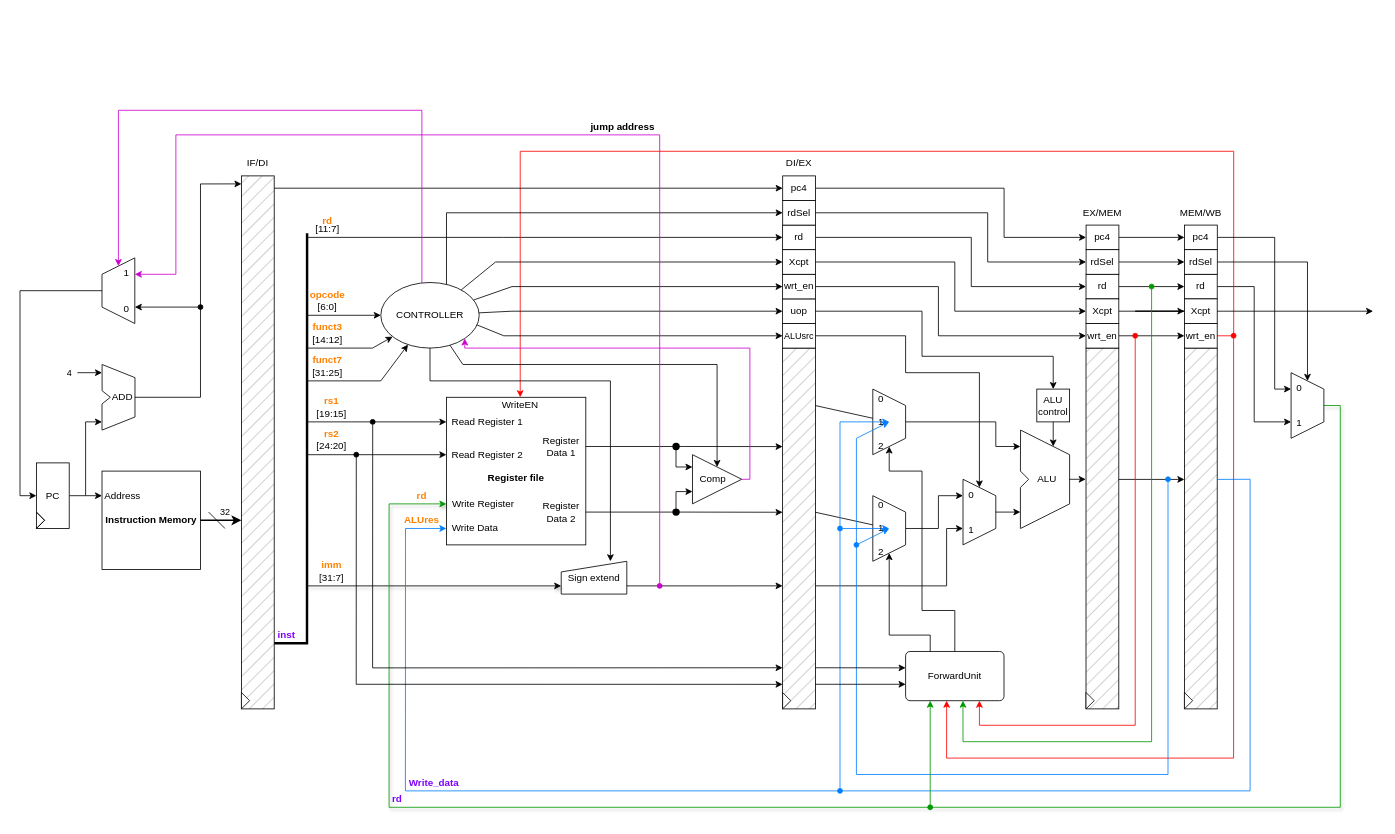
Earlier version of the draw.io diagram Schematic.drawio (christianrptu/ADSProject). Source tidied: cells renumbered, new cells numbered last; positions are measured from the earlier drawing's top-left corner, leaving out a move shared by most shapes. Both pictures are drawn from the tidied source at 82%, with x=0, y=0 at pixel (36, 110).
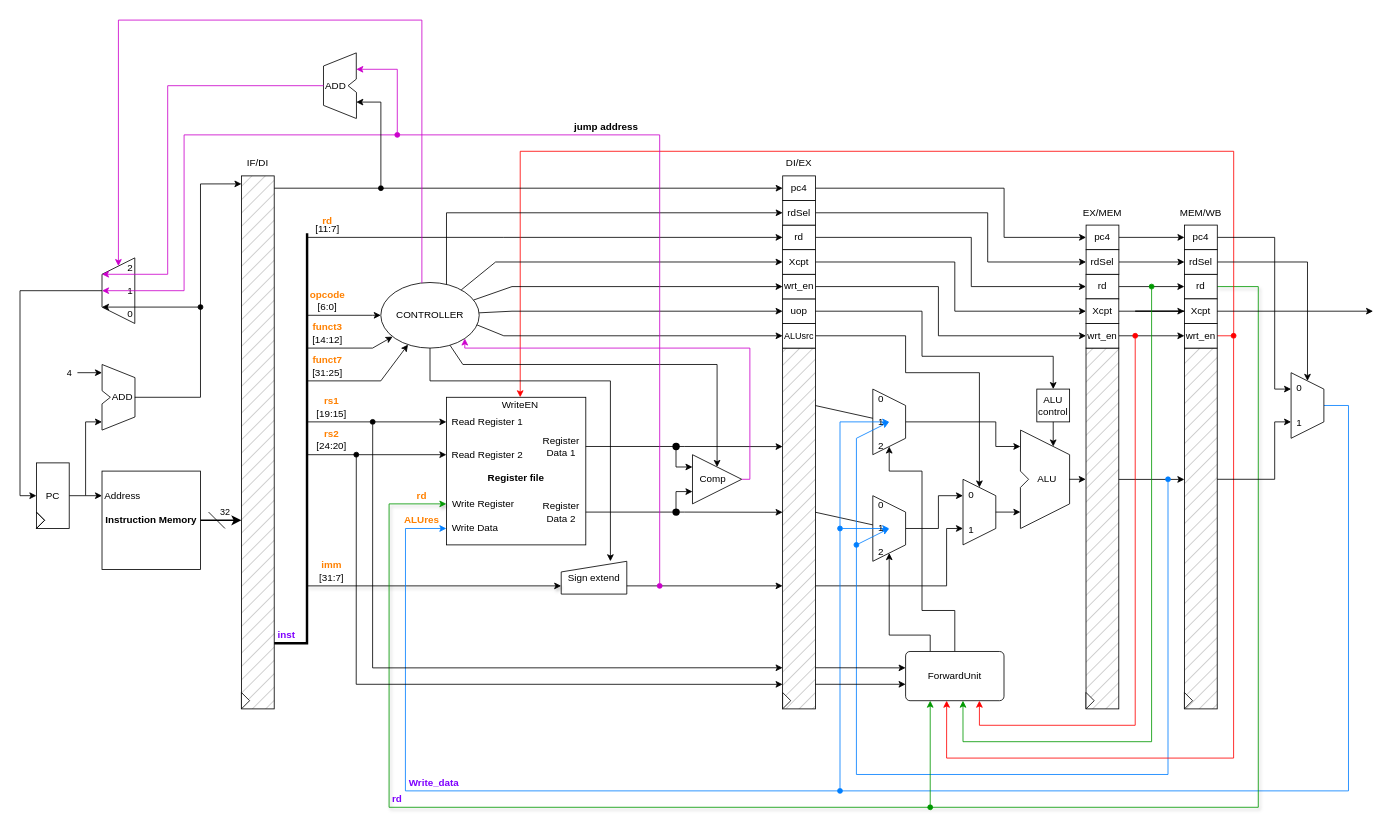
After the change.

The change refers to these unchanged cells:
```xml
<mxCell id="19" value="Write Register" style="text;html=1;whiteSpace=wrap;strokeColor=none;fillColor=none;align=center;verticalAlign=middle;rounded=0;" parent="1" vertex="1">
  <mxGeometry x="499.9" y="470" width="90" height="20" as="geometry" />
</mxCell>
<mxCell id="20" value="Write Data" style="text;html=1;whiteSpace=wrap;strokeColor=none;fillColor=none;align=center;verticalAlign=middle;rounded=0;" parent="1" vertex="1">
  <mxGeometry x="499.9" y="500" width="70" height="20" as="geometry" />
</mxCell>
<mxCell id="60" style="rounded=0;whiteSpace=wrap;html=1;fillStyle=hatch;fillColor=#B3B3B3;" parent="1" vertex="1">
  <mxGeometry x="1399.9" y="290" width="40" height="440" as="geometry" />
</mxCell>
<mxCell id="86" value="rd" style="rounded=0;whiteSpace=wrap;html=1;" parent="1" vertex="1">
  <mxGeometry x="1399.9" y="200" width="40" height="30" as="geometry" />
</mxCell>
<mxCell id="93" value="CONTROLLER" style="ellipse;whiteSpace=wrap;html=1;" parent="1" vertex="1">
  <mxGeometry x="419.9" y="210" width="120" height="80" as="geometry" />
</mxCell>
<mxCell id="145" style="shape=trapezoid;perimeter=trapezoidPerimeter;whiteSpace=wrap;html=1;fixedSize=1;direction=south;flipH=1;legacyAnchorPoints=0;" parent="1" vertex="1">
  <mxGeometry x="79.9" y="180" width="40" height="80" as="geometry" />
</mxCell>
<mxCell id="159" style="shape=trapezoid;perimeter=trapezoidPerimeter;whiteSpace=wrap;html=1;fixedSize=1;direction=south;" parent="1" vertex="1">
  <mxGeometry x="1530" y="320" width="40" height="80" as="geometry" />
</mxCell>
<mxCell id="160" value="0&lt;br&gt;&lt;br&gt;&lt;br&gt;1" style="text;html=1;whiteSpace=wrap;strokeColor=none;fillColor=none;align=center;verticalAlign=middle;rounded=0;" parent="1" vertex="1">
  <mxGeometry x="1530" y="320" width="20" height="80" as="geometry" />
</mxCell>
```

Change to the diagram source:
```diff
@@
-    <mxCell id="63" style="endArrow=classic;html=1;rounded=0;exitX=1;exitY=0.364;exitDx=0;exitDy=0;exitPerimeter=0;entryX=0;entryY=0.5;entryDx=0;entryDy=0;strokeColor=#007FFF;" parent="1" edge="1" source="60" target="20">
+    <mxCell id="63" style="endArrow=classic;html=1;rounded=0;exitX=0.5;exitY=0;exitDx=0;exitDy=0;entryX=0;entryY=0.5;entryDx=0;entryDy=0;strokeColor=#007FFF;" parent="1" edge="1" source="159" target="20">
       <mxGeometry relative="1" as="geometry">
         <Array as="points">
-          <mxPoint x="1480" y="450" />
-          <mxPoint x="1480" y="620" />
-          <mxPoint x="1480" y="830" />
+          <mxPoint x="1600" y="360" />
+          <mxPoint x="1600" y="830" />
           <mxPoint x="449.9" y="830" />
           <mxPoint x="450" y="510" />
         </Array>
       </mxGeometry>
     </mxCell>
@@
-    <mxCell id="84" style="edgeStyle=orthogonalEdgeStyle;rounded=0;jettySize=auto;html=1;entryX=0;entryY=0.5;entryDx=0;entryDy=0;shadow=1;strokeColor=#009900;exitX=0.5;exitY=0;exitDx=0;exitDy=0;" parent="1" edge="1" source="159" target="19">
+    <mxCell id="84" style="edgeStyle=orthogonalEdgeStyle;rounded=0;jettySize=auto;html=1;entryX=0;entryY=0.5;entryDx=0;entryDy=0;shadow=1;strokeColor=#009900;exitX=1;exitY=0.5;exitDx=0;exitDy=0;" parent="1" edge="1" source="86" target="19">
       <mxGeometry relative="1" as="geometry">
         <Array as="points">
-          <mxPoint x="1590" y="850" />
+          <mxPoint x="1490" y="215" />
+          <mxPoint x="1490" y="850" />
           <mxPoint x="430" y="850" />
           <mxPoint x="430" y="480" />
         </Array>
       </mxGeometry>
     </mxCell>
-    <mxCell id="85" style="edgeStyle=orthogonalEdgeStyle;rounded=0;jettySize=auto;html=1;entryX=0;entryY=0.75;entryDx=0;entryDy=0;" parent="1" edge="1" source="86" target="160">
-      <mxGeometry relative="1" as="geometry" />
-    </mxCell>
@@
-    <mxCell id="146" value="1&lt;br&gt;&lt;div&gt;&lt;br&gt;&lt;div&gt;&lt;br&gt;0&lt;/div&gt;&lt;/div&gt;" style="text;html=1;whiteSpace=wrap;strokeColor=none;fillColor=none;align=center;verticalAlign=middle;rounded=0;" parent="1" vertex="1">
-      <mxGeometry x="99.9" y="180" width="20" height="80" as="geometry" />
+    <mxCell id="146" value="&lt;div&gt;2&lt;/div&gt;&lt;div&gt;&lt;br&gt;&lt;/div&gt;1&lt;div&gt;&lt;div&gt;&lt;div&gt;&lt;br&gt;0&lt;/div&gt;&lt;/div&gt;&lt;/div&gt;" style="text;html=1;whiteSpace=wrap;strokeColor=none;fillColor=none;align=right;verticalAlign=middle;rounded=0;" parent="1" vertex="1">
+      <mxGeometry x="100" y="180" width="20" height="80" as="geometry" />
     </mxCell>
-    <mxCell id="147" style="endArrow=classic;html=1;rounded=0;entryX=1;entryY=0.75;entryDx=0;entryDy=0;startArrow=oval;startFill=1;" parent="1" edge="1" target="146">
+    <mxCell id="147" style="endArrow=classic;html=1;rounded=0;startArrow=oval;startFill=1;entryX=0.75;entryY=1;entryDx=0;entryDy=0;" parent="1" edge="1" target="145">
       <mxGeometry relative="1" as="geometry">
         <mxPoint x="200" y="240" as="sourcePoint" />
       </mxGeometry>
     </mxCell>
@@
     <mxCell id="149" style="edgeStyle=orthogonalEdgeStyle;rounded=0;jettySize=auto;html=1;entryX=0;entryY=0.5;entryDx=0;entryDy=0;strokeColor=#CC00CC;" parent="1" edge="1" source="93" target="145">
       <mxGeometry relative="1" as="geometry">
         <Array as="points">
-          <mxPoint x="470" />
-          <mxPoint x="100" />
+          <mxPoint x="470" y="-110" />
+          <mxPoint x="100" y="-110" />
         </Array>
       </mxGeometry>
     </mxCell>
@@
-    <mxCell id="154" style="edgeStyle=orthogonalEdgeStyle;rounded=0;jettySize=auto;html=1;entryX=1;entryY=0.25;entryDx=0;entryDy=0;strokeColor=#CC00CC;startArrow=oval;startFill=1;" parent="1" edge="1" target="146">
+    <mxCell id="154" style="edgeStyle=orthogonalEdgeStyle;rounded=0;jettySize=auto;html=1;strokeColor=#CC00CC;startArrow=oval;startFill=1;entryX=0.5;entryY=1;entryDx=0;entryDy=0;" parent="1" edge="1" target="145">
       <mxGeometry relative="1" as="geometry">
         <mxPoint x="760" y="580" as="sourcePoint" />
         <Array as="points">
           <mxPoint x="760" y="30" />
-          <mxPoint x="170" y="30" />
-          <mxPoint x="170" y="200" />
+          <mxPoint x="180" y="30" />
+          <mxPoint x="180" y="220" />
         </Array>
       </mxGeometry>
     </mxCell>
     <mxCell id="155" value="&lt;b&gt;jump address&lt;/b&gt;" style="text;html=1;whiteSpace=wrap;strokeColor=none;fillColor=none;align=center;verticalAlign=middle;rounded=0;" parent="1" vertex="1">
-      <mxGeometry x="670" y="10" width="90" height="20" as="geometry" />
+      <mxGeometry x="650" y="10" width="90" height="20" as="geometry" />
     </mxCell>
@@
+    <mxCell id="173" style="endArrow=classic;html=1;rounded=0;entryX=0;entryY=0.75;entryDx=0;entryDy=0;" parent="1" edge="1" target="160">
+      <mxGeometry relative="1" as="geometry">
+        <mxPoint x="1440" y="450" as="sourcePoint" />
+        <Array as="points">
+          <mxPoint x="1510" y="450" />
+          <mxPoint x="1510" y="380" />
+        </Array>
+      </mxGeometry>
+    </mxCell>
+    <mxCell id="174" style="group;flipH=1;legacyAnchorPoints=0;" parent="1" vertex="1">
+      <mxGeometry x="350" y="-70" width="40.2" height="80" as="geometry" />
+    </mxCell>
+    <mxCell id="175" style="endArrow=none;html=1;rounded=0;" parent="174" edge="1">
+      <mxGeometry relative="1" as="geometry">
+        <mxPoint x="40" as="sourcePoint" />
+        <mxPoint x="40" y="32" as="targetPoint" />
+      </mxGeometry>
+    </mxCell>
+    <mxCell id="176" style="endArrow=none;html=1;rounded=0;" parent="174" edge="1">
+      <mxGeometry relative="1" as="geometry">
+        <mxPoint x="40.2" y="48" as="sourcePoint" />
+        <mxPoint x="40.2" y="80" as="targetPoint" />
+      </mxGeometry>
+    </mxCell>
+    <mxCell id="177" style="endArrow=none;html=1;rounded=0;" parent="174" edge="1">
+      <mxGeometry relative="1" as="geometry">
+        <mxPoint y="64" as="sourcePoint" />
+        <mxPoint x="40" y="80" as="targetPoint" />
+      </mxGeometry>
+    </mxCell>
+    <mxCell id="178" style="endArrow=none;html=1;rounded=0;" parent="174" edge="1">
+      <mxGeometry relative="1" as="geometry">
+        <mxPoint y="16" as="sourcePoint" />
+        <mxPoint x="40" as="targetPoint" />
+      </mxGeometry>
+    </mxCell>
+    <mxCell id="179" style="endArrow=none;html=1;rounded=0;" parent="174" edge="1">
+      <mxGeometry relative="1" as="geometry">
+        <mxPoint y="16" as="sourcePoint" />
+        <mxPoint y="64" as="targetPoint" />
+      </mxGeometry>
+    </mxCell>
+    <mxCell id="180" style="endArrow=none;html=1;rounded=0;" parent="174" edge="1">
+      <mxGeometry relative="1" as="geometry">
+        <mxPoint x="40" y="32" as="sourcePoint" />
+        <mxPoint x="40" y="48" as="targetPoint" />
+        <Array as="points">
+          <mxPoint x="30" y="40" />
+        </Array>
+      </mxGeometry>
+    </mxCell>
+    <mxCell id="181" value="ADD" style="text;html=1;whiteSpace=wrap;strokeColor=none;fillColor=none;align=center;verticalAlign=middle;rounded=0;" parent="174" vertex="1">
+      <mxGeometry x="0.2" y="25" width="30" height="30" as="geometry" />
+    </mxCell>
+    <mxCell id="182" style="edgeStyle=orthogonalEdgeStyle;rounded=0;jettySize=auto;html=1;entryX=0.25;entryY=1;entryDx=0;entryDy=0;strokeColor=#CC00CC;align=center;verticalAlign=middle;fontFamily=Helvetica;fontSize=11;fontColor=default;labelBackgroundColor=default;startArrow=none;startFill=0;endArrow=classic;" parent="1" edge="1" source="181" target="145">
+      <mxGeometry relative="1" as="geometry">
+        <Array as="points">
+          <mxPoint x="160" y="-30" />
+          <mxPoint x="160" y="200" />
+        </Array>
+      </mxGeometry>
+    </mxCell>
+    <mxCell id="183" style="endArrow=classic;html=1;rounded=0;startArrow=oval;startFill=1;" parent="1" edge="1">
+      <mxGeometry relative="1" as="geometry">
+        <mxPoint x="420" y="95" as="sourcePoint" />
+        <mxPoint x="390" y="-10" as="targetPoint" />
+        <Array as="points">
+          <mxPoint x="420" y="-10" />
+        </Array>
+      </mxGeometry>
+    </mxCell>
+    <mxCell id="184" style="endArrow=classic;html=1;rounded=0;strokeColor=#CC00CC;align=center;verticalAlign=middle;fontFamily=Helvetica;fontSize=11;fontColor=default;labelBackgroundColor=default;startArrow=oval;startFill=1;" parent="1" edge="1">
+      <mxGeometry relative="1" as="geometry">
+        <mxPoint x="440" y="30" as="sourcePoint" />
+        <mxPoint x="390" y="-50" as="targetPoint" />
+        <Array as="points">
+          <mxPoint x="440" y="-50" />
+        </Array>
+      </mxGeometry>
+    </mxCell>
```
